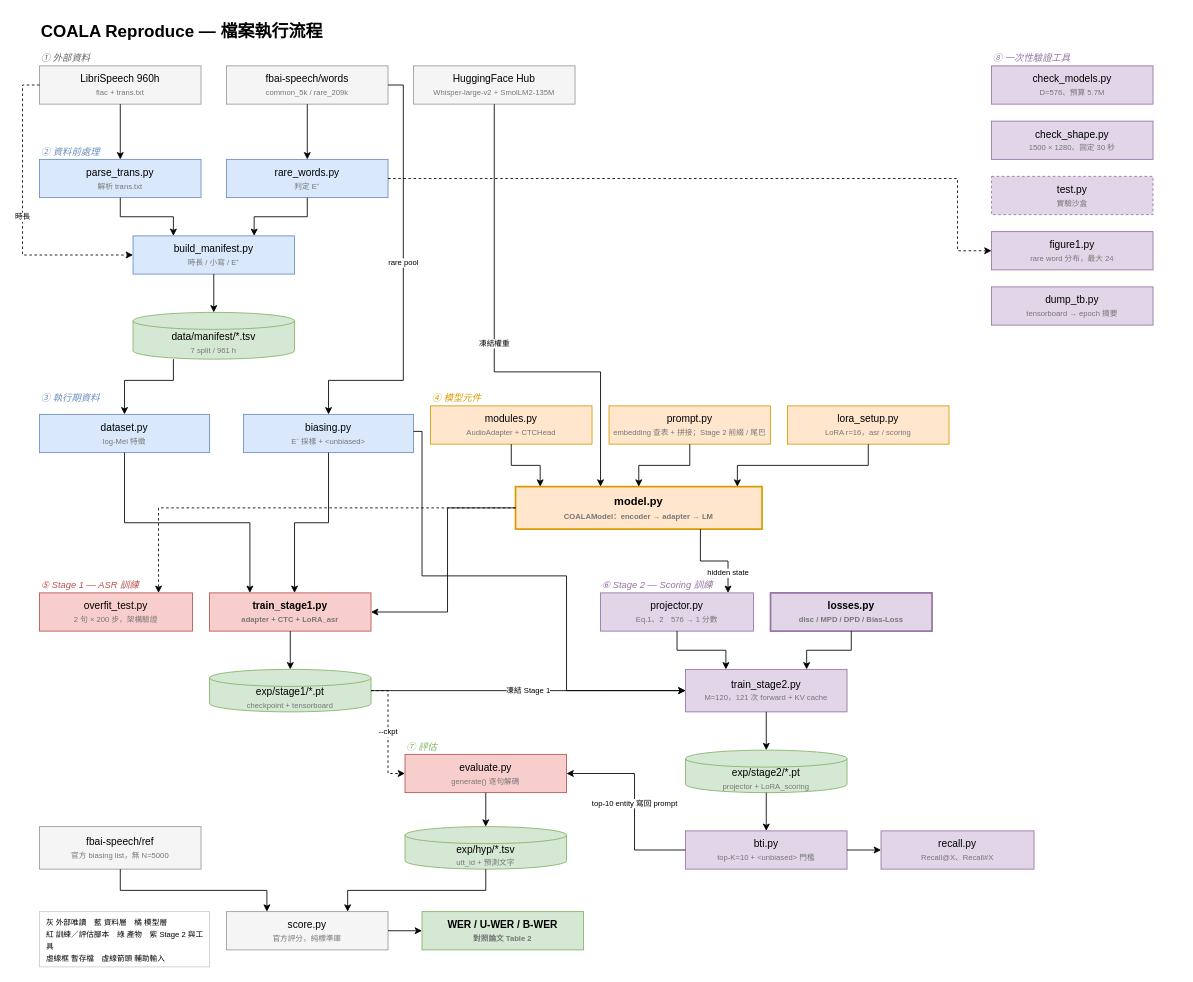
Above: docs/COALA_pipeline.drawio in acheeeee/COALA_reproduce (draw.io), before the change. Source tidied: cells renumbered, new cells numbered last; positions are measured from the earlier drawing's top-left corner, leaving out a move shared by most shapes. Both pictures are drawn from the tidied source at 85%, with x=0, y=0 at pixel (22, 14).
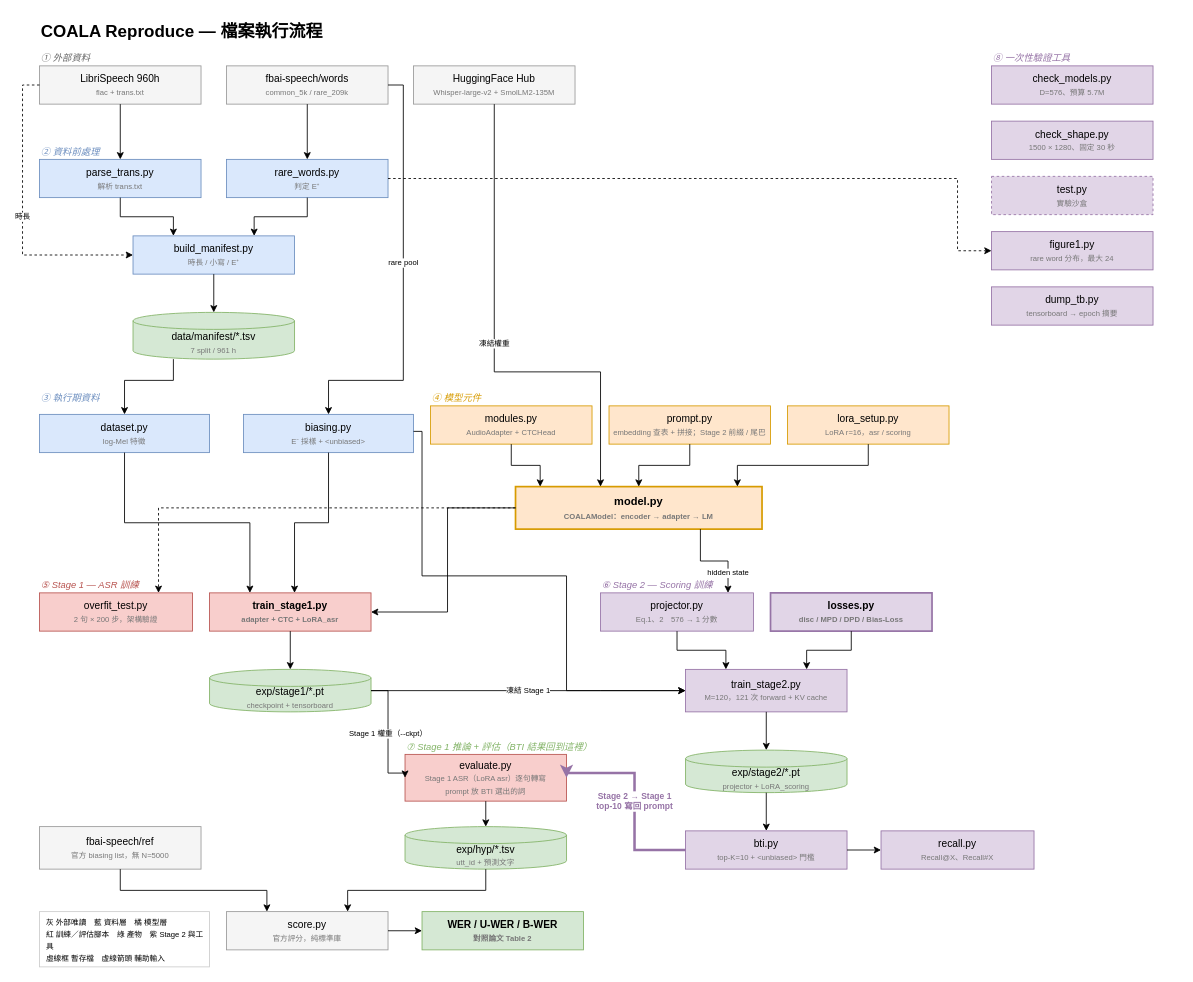
After the change.

Commit message (it also covers changes not shown here):
diagram: show the Stage 2 -> Stage 1 feedback explicitly

evaluate.py is relabeled as Stage 1 ASR inference (LoRA asr, BTI words
in the prompt). The Stage 1 checkpoint arrow is solid, and the bti.py ->
evaluate.py arrow is now a thick purple "Stage 2 -> Stage 1" line.

Unchanged cells that the change refers to:
```xml
<mxCell id="23" value="exp/stage1/*.pt&lt;br&gt;&lt;font style=&quot;font-size: 9px;&quot; color=&quot;#777777&quot;&gt;checkpoint + tensorboard&lt;/font&gt;" style="shape=cylinder3;whiteSpace=wrap;html=1;boundedLbl=1;backgroundOutline=1;size=10;fillColor=#d5e8d4;strokeColor=#82b366;fontSize=12;" parent="1" vertex="1">
  <mxGeometry x="220" y="770" width="190" height="50" as="geometry" />
</mxCell>
<mxCell id="29" value="bti.py&lt;br&gt;&lt;font style=&quot;font-size: 9px;&quot; color=&quot;#777777&quot;&gt;top-K=10 + &amp;lt;unbiased&amp;gt; 門檻&lt;/font&gt;" style="rounded=0;whiteSpace=wrap;html=1;fillColor=#e1d5e7;strokeColor=#9673a6;fontSize=12;" parent="1" vertex="1">
  <mxGeometry x="780" y="960" width="190" height="45" as="geometry" />
</mxCell>
```

Change to the diagram source:
```diff
@@
-    <mxCell id="31" value="⑦ 評估" style="text;html=1;fontSize=11;fontStyle=2;align=left;fontColor=#82b366;" parent="1" vertex="1">
-      <mxGeometry x="450" y="848" width="200" height="18" as="geometry" />
+    <mxCell id="31" value="⑦ Stage 1 推論 + 評估（BTI 結果回到這裡）" style="text;html=1;fontSize=11;fontStyle=2;align=left;fontColor=#82b366;" parent="1" vertex="1">
+      <mxGeometry x="450" y="848" width="340" height="18" as="geometry" />
     </mxCell>
-    <mxCell id="32" value="evaluate.py&lt;br&gt;&lt;font style=&quot;font-size: 9px;&quot; color=&quot;#777777&quot;&gt;generate() 逐句解碼&lt;/font&gt;" style="rounded=0;whiteSpace=wrap;html=1;fillColor=#f8cecc;strokeColor=#b85450;fontSize=12;" parent="1" vertex="1">
-      <mxGeometry x="450" y="870" width="190" height="45" as="geometry" />
+    <mxCell id="32" value="evaluate.py&lt;br&gt;&lt;font style=&quot;font-size: 9px;&quot; color=&quot;#777777&quot;&gt;Stage 1 ASR（LoRA asr）逐句轉寫&lt;br&gt;prompt 放 BTI 選出的詞&lt;/font&gt;" style="rounded=0;whiteSpace=wrap;html=1;fillColor=#f8cecc;strokeColor=#b85450;fontSize=12;" parent="1" vertex="1">
+      <mxGeometry x="450" y="870" width="190" height="55" as="geometry" />
     </mxCell>
@@
-    <mxCell id="61" value="--ckpt" style="edgeStyle=orthogonalEdgeStyle;rounded=0;html=1;dashed=1;exitX=1;exitY=0.5;entryX=0;entryY=0.5;fontSize=9;" parent="1" edge="1" source="23" target="32">
+    <mxCell id="61" value="Stage 1 權重（--ckpt）" style="edgeStyle=orthogonalEdgeStyle;rounded=0;html=1;exitX=1;exitY=0.5;entryX=0;entryY=0.5;fontSize=9;" parent="1" edge="1" source="23" target="32">
       <mxGeometry relative="1" as="geometry">
         <Array as="points">
           <mxPoint x="430" y="795" />
           <mxPoint x="430" y="892" />
         </Array>
       </mxGeometry>
     </mxCell>
@@
-    <mxCell id="74" value="top-10 entity 寫回 prompt" style="edgeStyle=orthogonalEdgeStyle;rounded=0;html=1;exitX=0;exitY=0.5;entryX=1;entryY=0.5;fontSize=9;" parent="1" edge="1" source="29" target="32">
+    <mxCell id="74" value="Stage 2 → Stage 1&lt;br&gt;top-10 寫回 prompt" style="edgeStyle=orthogonalEdgeStyle;rounded=0;html=1;exitX=0;exitY=0.5;entryX=1;entryY=0.5;fontSize=10;strokeColor=#9673a6;strokeWidth=3;fontColor=#9673a6;fontStyle=1;" parent="1" edge="1" source="29" target="32">
       <mxGeometry relative="1" as="geometry">
         <Array as="points">
           <mxPoint x="720" y="982" />
           <mxPoint x="720" y="892" />
         </Array>
       </mxGeometry>
     </mxCell>
```
